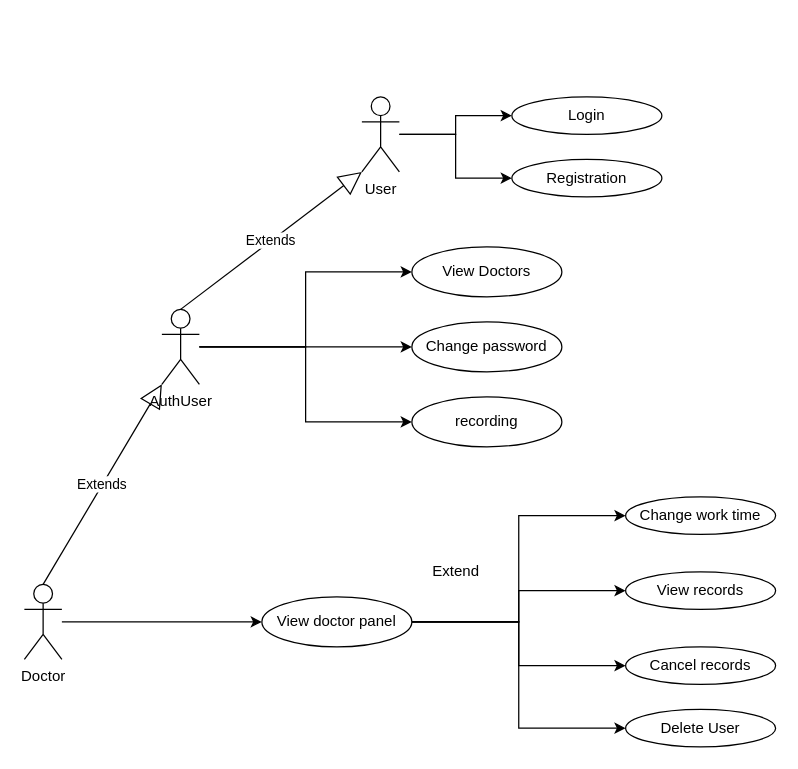
Above: Hospital.drawio in Deeathwiing/brackets (draw.io), before the change. Source tidied: cells renumbered, new cells numbered last; positions are measured from the earlier drawing's top-left corner, leaving out a move shared by most shapes. Both pictures are drawn from the tidied source at 125%, with x=0, y=0 at pixel (24, 96).
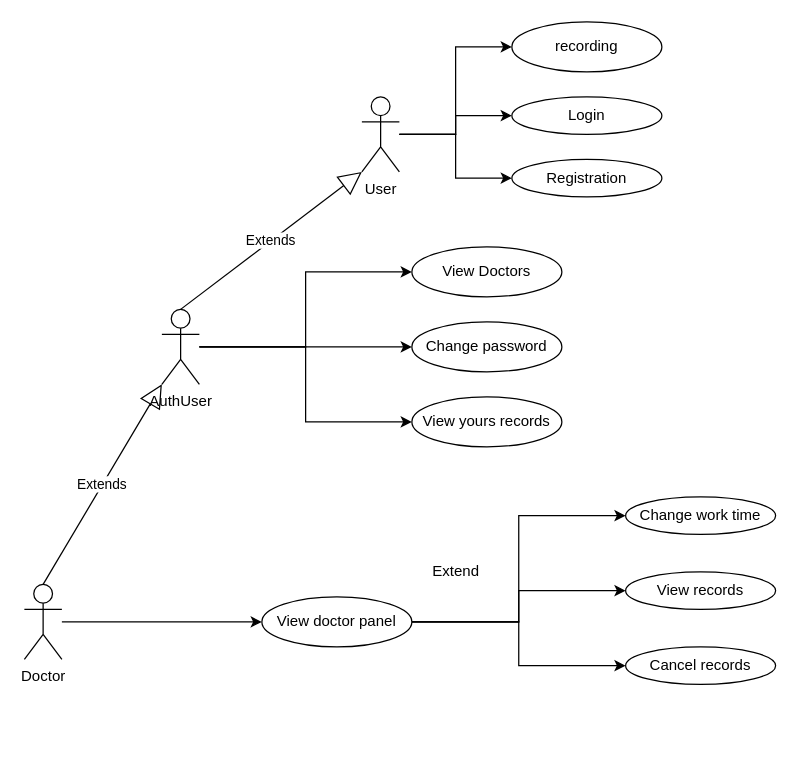
The same page after the edit.

The change refers to these unchanged cells:
```xml
<mxCell id="6" value="User" style="shape=umlActor;verticalLabelPosition=bottom;verticalAlign=top;html=1;outlineConnect=0;" parent="1" vertex="1">
  <mxGeometry x="270" width="30" height="60" as="geometry" />
</mxCell>
<mxCell id="25" value="View doctor panel" style="ellipse;whiteSpace=wrap;html=1;" parent="1" vertex="1">
  <mxGeometry x="190" y="400" width="120" height="40" as="geometry" />
</mxCell>
```

Change to the diagram source:
```diff
@@
+    <mxCell id="28" style="edgeStyle=orthogonalEdgeStyle;rounded=0;jettySize=auto;html=1;entryX=0;entryY=0.5;entryDx=0;entryDy=0;" parent="1" edge="1" source="6" target="29">
+      <mxGeometry relative="1" as="geometry" />
+    </mxCell>
@@
-    <mxCell id="15" value="Delete User" style="ellipse;whiteSpace=wrap;html=1;" parent="1" vertex="1">
-      <mxGeometry x="481" y="490" width="120" height="30" as="geometry" />
-    </mxCell>
@@
-    <mxCell id="20" value="recording" style="ellipse;whiteSpace=wrap;html=1;" parent="1" vertex="1">
+    <mxCell id="20" value="View yours records" style="ellipse;whiteSpace=wrap;html=1;" parent="1" vertex="1">
       <mxGeometry x="310" y="240" width="120" height="40" as="geometry" />
     </mxCell>
@@
-    <mxCell id="23" style="edgeStyle=orthogonalEdgeStyle;rounded=0;jettySize=auto;html=1;entryX=0;entryY=0.5;entryDx=0;entryDy=0;" parent="1" edge="1" source="25" target="15">
-      <mxGeometry relative="1" as="geometry" />
-    </mxCell>
@@
+    <mxCell id="29" value="recording" style="ellipse;whiteSpace=wrap;html=1;" parent="1" vertex="1">
+      <mxGeometry x="390" y="-60" width="120" height="40" as="geometry" />
+    </mxCell>
```
